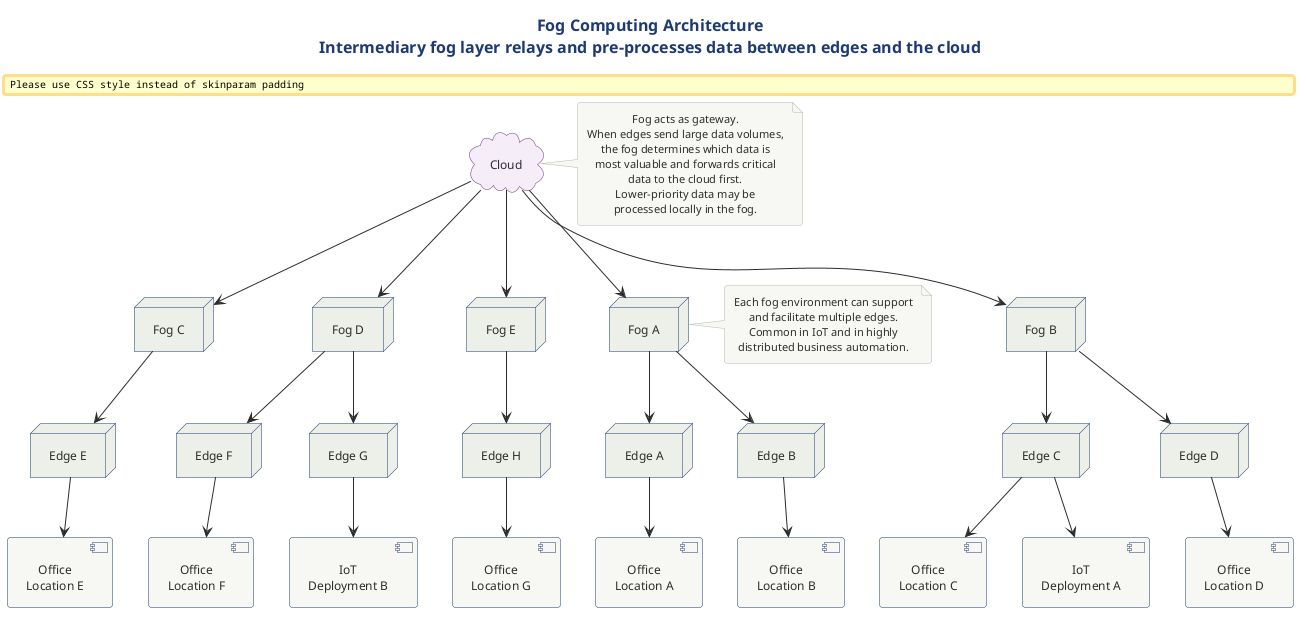
Above: src/architecture/cloud/architecture/cloud-architecture-diagram-library/specialized-cloud-architectures-puml/png/13-fog-computing.png in Notoriousjayy/latex-docs (PlantUML), before the change.
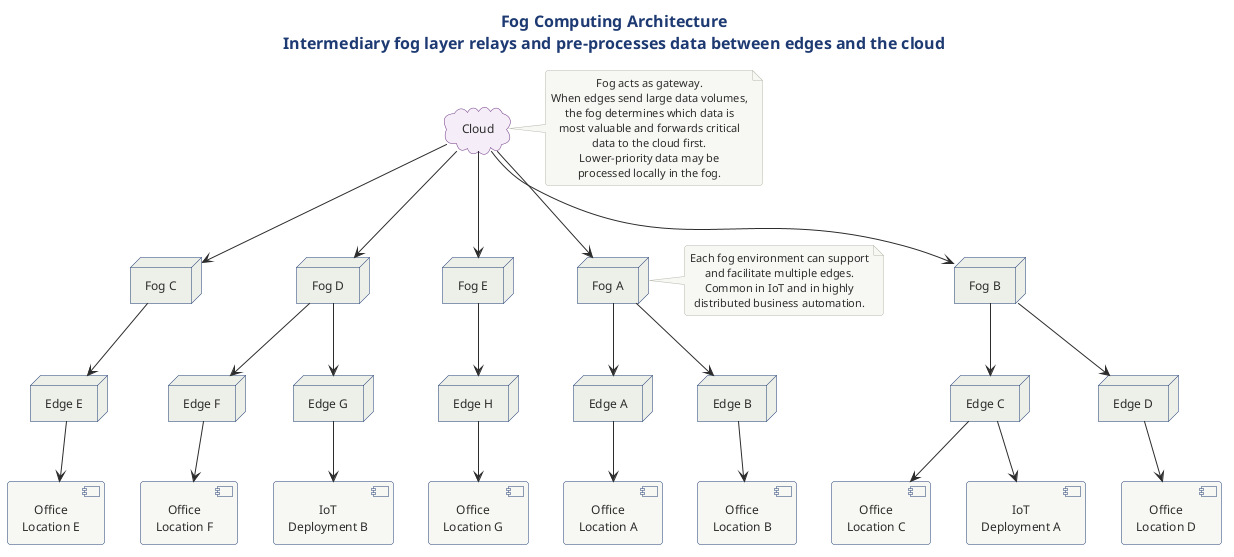
Above is the later version.

Diff of the diagram source:
```diff
@@ -1,4 +1,4 @@
-@startuml fog_computing
+@startuml
 !include ../../../../../../tooling/styles/plantuml/structural/deployment-diagram-style.iuml
 
 title Fog Computing Architecture\nIntermediary fog layer relays and pre-processes data between edges and the cloud
```
